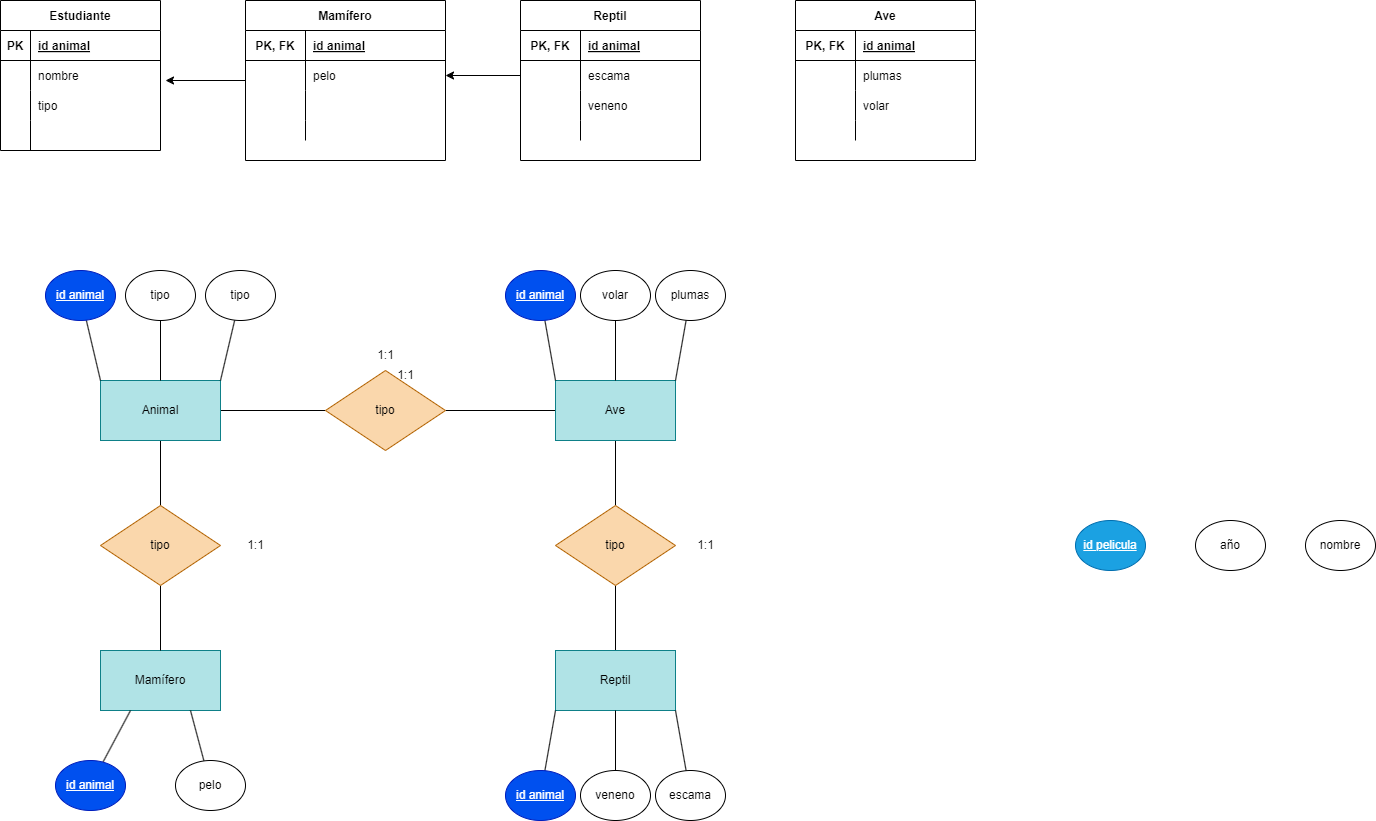
Before: Tareas/Unidad2/ejercicio2.18.drawio.png, a diagram exported from draw.io (WhiteCascade/BAE). Source tidied: cells renumbered, new cells last; positions are measured from the earlier drawing's top-left corner, leaving out a move shared by most shapes.
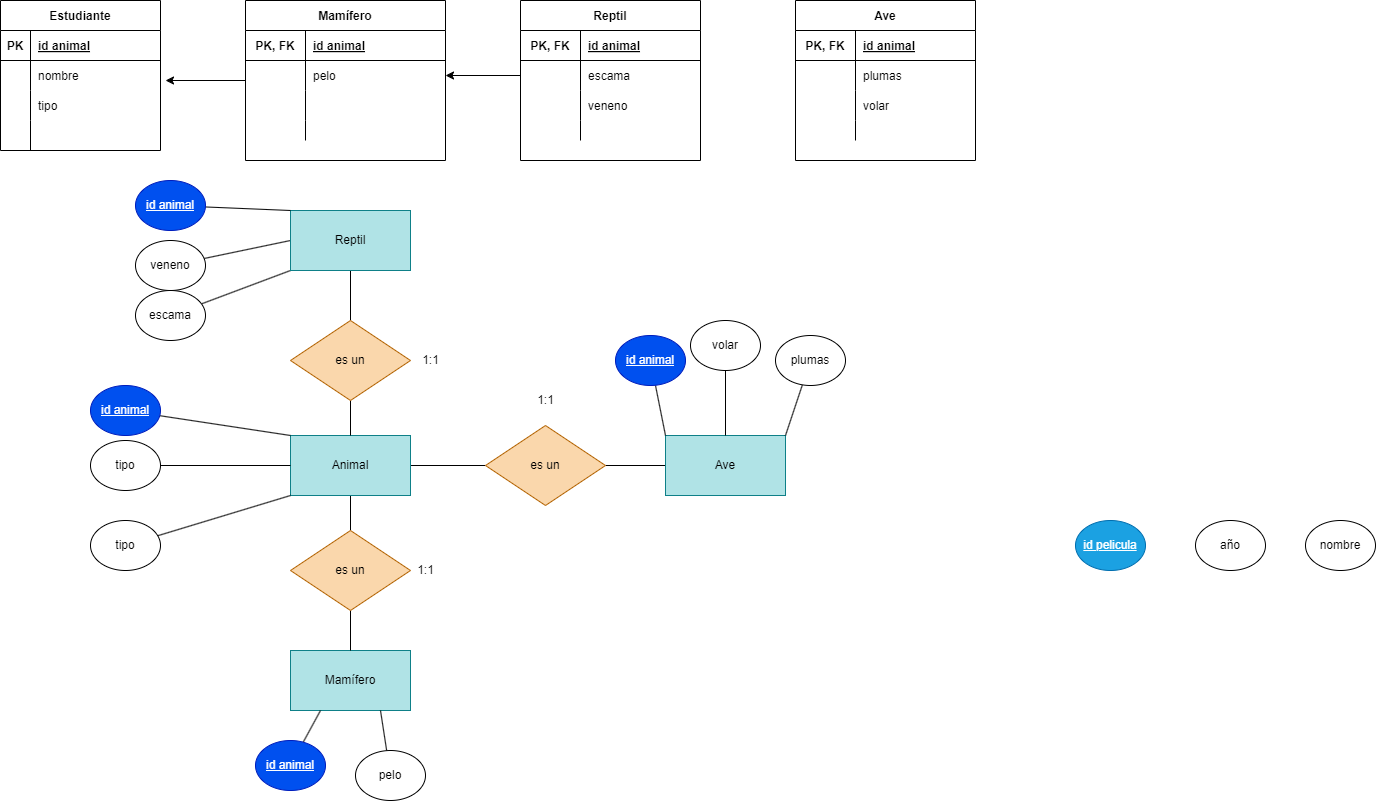
The same diagram one commit later.

The edit, as a diff of the source:
```diff
@@ -9,52 +9,49 @@
       <mxGeometry relative="1" as="geometry" />
     </mxCell>
     <mxCell id="4" value="Animal" style="rounded=0;whiteSpace=wrap;html=1;fillColor=#b0e3e6;strokeColor=#0e8088;" parent="1" vertex="1">
-      <mxGeometry x="100" y="380" width="120" height="60" as="geometry" />
+      <mxGeometry x="290" y="435" width="120" height="60" as="geometry" />
     </mxCell>
     <mxCell id="5" value="Mamífero" style="rounded=0;whiteSpace=wrap;html=1;fillColor=#b0e3e6;strokeColor=#0e8088;" parent="1" vertex="1">
-      <mxGeometry x="100" y="650" width="120" height="60" as="geometry" />
+      <mxGeometry x="290" y="650" width="120" height="60" as="geometry" />
     </mxCell>
     <mxCell id="6" style="edgeStyle=none;html=1;endArrow=none;endFill=0;" parent="1" edge="1" source="7" target="5">
       <mxGeometry relative="1" as="geometry" />
     </mxCell>
-    <mxCell id="7" value="tipo" style="rhombus;whiteSpace=wrap;html=1;fillColor=#fad7ac;strokeColor=#b46504;" parent="1" vertex="1">
-      <mxGeometry x="100" y="505" width="120" height="80" as="geometry" />
+    <mxCell id="7" value="es un" style="rhombus;whiteSpace=wrap;html=1;fillColor=#fad7ac;strokeColor=#b46504;" parent="1" vertex="1">
+      <mxGeometry x="290" y="530" width="120" height="80" as="geometry" />
     </mxCell>
     <mxCell id="8" style="edgeStyle=none;html=1;endArrow=none;endFill=0;" parent="1" edge="1" source="9" target="11">
       <mxGeometry relative="1" as="geometry" />
     </mxCell>
-    <mxCell id="9" value="tipo" style="rhombus;whiteSpace=wrap;html=1;fillColor=#fad7ac;strokeColor=#b46504;" parent="1" vertex="1">
-      <mxGeometry x="325" y="370" width="120" height="80" as="geometry" />
+    <mxCell id="9" value="es un" style="rhombus;whiteSpace=wrap;html=1;fillColor=#fad7ac;strokeColor=#b46504;" parent="1" vertex="1">
+      <mxGeometry x="485" y="425" width="120" height="80" as="geometry" />
     </mxCell>
-    <mxCell id="10" style="edgeStyle=none;html=1;entryX=0.5;entryY=0;entryDx=0;entryDy=0;endArrow=none;endFill=0;" parent="1" edge="1" source="11" target="27">
-      <mxGeometry relative="1" as="geometry" />
-    </mxCell>
     <mxCell id="11" value="Ave" style="rounded=0;whiteSpace=wrap;html=1;fillColor=#b0e3e6;strokeColor=#0e8088;" parent="1" vertex="1">
-      <mxGeometry x="555" y="380" width="120" height="60" as="geometry" />
+      <mxGeometry x="665" y="435" width="120" height="60" as="geometry" />
     </mxCell>
     <mxCell id="12" style="edgeStyle=none;html=1;entryX=0;entryY=0;entryDx=0;entryDy=0;endArrow=none;endFill=0;" parent="1" edge="1" source="13" target="4">
       <mxGeometry relative="1" as="geometry" />
     </mxCell>
     <mxCell id="13" value="&lt;u&gt;id animal&lt;/u&gt;" style="ellipse;whiteSpace=wrap;html=1;fillColor=#0050ef;fontColor=#ffffff;strokeColor=#001DBC;" parent="1" vertex="1">
-      <mxGeometry x="45" y="270" width="70" height="50" as="geometry" />
+      <mxGeometry x="90" y="385" width="70" height="50" as="geometry" />
     </mxCell>
-    <mxCell id="14" style="edgeStyle=none;html=1;entryX=1;entryY=0;entryDx=0;entryDy=0;endArrow=none;endFill=0;" parent="1" edge="1" source="15" target="4">
+    <mxCell id="14" style="edgeStyle=none;html=1;entryX=0;entryY=1;entryDx=0;entryDy=0;endArrow=none;endFill=0;" parent="1" edge="1" source="15" target="4">
       <mxGeometry relative="1" as="geometry" />
     </mxCell>
     <mxCell id="15" value="tipo" style="ellipse;whiteSpace=wrap;html=1;" parent="1" vertex="1">
-      <mxGeometry x="205" y="270" width="70" height="50" as="geometry" />
+      <mxGeometry x="90" y="520" width="70" height="50" as="geometry" />
     </mxCell>
     <mxCell id="16" style="edgeStyle=none;html=1;entryX=0.25;entryY=1;entryDx=0;entryDy=0;endArrow=none;endFill=0;" parent="1" edge="1" source="17" target="5">
       <mxGeometry relative="1" as="geometry" />
     </mxCell>
     <mxCell id="17" value="&lt;u&gt;id animal&lt;/u&gt;" style="ellipse;whiteSpace=wrap;html=1;fillColor=#0050ef;fontColor=#ffffff;strokeColor=#001DBC;" parent="1" vertex="1">
-      <mxGeometry x="55" y="760" width="70" height="50" as="geometry" />
+      <mxGeometry x="255" y="740" width="70" height="50" as="geometry" />
     </mxCell>
     <mxCell id="18" style="edgeStyle=none;html=1;entryX=0.75;entryY=1;entryDx=0;entryDy=0;endArrow=none;endFill=0;" parent="1" edge="1" source="19" target="5">
       <mxGeometry relative="1" as="geometry" />
     </mxCell>
     <mxCell id="19" value="pelo" style="ellipse;whiteSpace=wrap;html=1;" parent="1" vertex="1">
-      <mxGeometry x="175" y="760" width="70" height="50" as="geometry" />
+      <mxGeometry x="355" y="750" width="70" height="50" as="geometry" />
     </mxCell>
     <mxCell id="20" value="&lt;u&gt;id pelicula&lt;/u&gt;" style="ellipse;whiteSpace=wrap;html=1;fillColor=#1ba1e2;fontColor=#ffffff;strokeColor=#006EAF;" parent="1" vertex="1">
       <mxGeometry x="1075" y="520" width="70" height="50" as="geometry" />
@@ -65,69 +62,45 @@
     <mxCell id="22" value="año" style="ellipse;whiteSpace=wrap;html=1;" parent="1" vertex="1">
       <mxGeometry x="1195" y="520" width="70" height="50" as="geometry" />
     </mxCell>
-    <mxCell id="23" style="edgeStyle=none;html=1;entryX=0.5;entryY=0;entryDx=0;entryDy=0;endArrow=none;endFill=0;" parent="1" edge="1" source="24" target="4">
+    <mxCell id="23" style="edgeStyle=none;html=1;entryX=0;entryY=0.5;entryDx=0;entryDy=0;endArrow=none;endFill=0;" parent="1" edge="1" source="24" target="4">
       <mxGeometry relative="1" as="geometry" />
     </mxCell>
     <mxCell id="24" value="tipo" style="ellipse;whiteSpace=wrap;html=1;" parent="1" vertex="1">
-      <mxGeometry x="125" y="270" width="70" height="50" as="geometry" />
+      <mxGeometry x="90" y="440" width="70" height="50" as="geometry" />
     </mxCell>
-    <mxCell id="25" style="edgeStyle=none;html=1;entryX=0.5;entryY=1;entryDx=0;entryDy=0;endArrow=none;endFill=0;" parent="1" edge="1" source="26" target="27">
-      <mxGeometry relative="1" as="geometry" />
-    </mxCell>
-    <mxCell id="26" value="Reptil" style="rounded=0;whiteSpace=wrap;html=1;fillColor=#b0e3e6;strokeColor=#0e8088;" parent="1" vertex="1">
-      <mxGeometry x="555" y="650" width="120" height="60" as="geometry" />
-    </mxCell>
-    <mxCell id="27" value="tipo" style="rhombus;whiteSpace=wrap;html=1;fillColor=#fad7ac;strokeColor=#b46504;" parent="1" vertex="1">
-      <mxGeometry x="555" y="505" width="120" height="80" as="geometry" />
-    </mxCell>
     <mxCell id="28" style="edgeStyle=none;html=1;entryX=0;entryY=0;entryDx=0;entryDy=0;endArrow=none;endFill=0;" parent="1" edge="1" source="29" target="11">
       <mxGeometry relative="1" as="geometry" />
     </mxCell>
     <mxCell id="29" value="&lt;u&gt;id animal&lt;/u&gt;" style="ellipse;whiteSpace=wrap;html=1;fillColor=#0050ef;fontColor=#ffffff;strokeColor=#001DBC;" parent="1" vertex="1">
-      <mxGeometry x="505" y="270" width="70" height="50" as="geometry" />
+      <mxGeometry x="615" y="335" width="70" height="50" as="geometry" />
     </mxCell>
     <mxCell id="30" style="edgeStyle=none;html=1;endArrow=none;endFill=0;" parent="1" edge="1" source="31" target="11">
       <mxGeometry relative="1" as="geometry" />
     </mxCell>
     <mxCell id="31" value="volar" style="ellipse;whiteSpace=wrap;html=1;" parent="1" vertex="1">
-      <mxGeometry x="580" y="270" width="70" height="50" as="geometry" />
+      <mxGeometry x="690" y="320" width="70" height="50" as="geometry" />
     </mxCell>
     <mxCell id="32" style="edgeStyle=none;html=1;entryX=1;entryY=0;entryDx=0;entryDy=0;endArrow=none;endFill=0;" parent="1" edge="1" source="33" target="11">
       <mxGeometry relative="1" as="geometry" />
     </mxCell>
     <mxCell id="33" value="plumas" style="ellipse;whiteSpace=wrap;html=1;" parent="1" vertex="1">
-      <mxGeometry x="655" y="270" width="70" height="50" as="geometry" />
+      <mxGeometry x="775" y="335" width="70" height="50" as="geometry" />
     </mxCell>
-    <mxCell id="34" style="edgeStyle=none;html=1;entryX=0;entryY=1;entryDx=0;entryDy=0;endArrow=none;endFill=0;" parent="1" edge="1" source="35" target="26">
-      <mxGeometry relative="1" as="geometry" />
-    </mxCell>
-    <mxCell id="35" value="&lt;u&gt;id animal&lt;/u&gt;" style="ellipse;whiteSpace=wrap;html=1;fillColor=#0050ef;fontColor=#ffffff;strokeColor=#001DBC;" parent="1" vertex="1">
-      <mxGeometry x="505" y="770" width="70" height="50" as="geometry" />
-    </mxCell>
-    <mxCell id="36" style="edgeStyle=none;html=1;entryX=0.5;entryY=1;entryDx=0;entryDy=0;endArrow=none;endFill=0;" parent="1" edge="1" source="37" target="26">
+    <mxCell id="36" style="edgeStyle=none;html=1;entryX=0;entryY=0.5;entryDx=0;entryDy=0;endArrow=none;endFill=0;" parent="1" edge="1" source="37" target="26">
       <mxGeometry relative="1" as="geometry" />
     </mxCell>
     <mxCell id="37" value="veneno" style="ellipse;whiteSpace=wrap;html=1;" parent="1" vertex="1">
-      <mxGeometry x="580" y="770" width="70" height="50" as="geometry" />
+      <mxGeometry x="135" y="240" width="70" height="50" as="geometry" />
     </mxCell>
-    <mxCell id="38" style="edgeStyle=none;html=1;entryX=1;entryY=1;entryDx=0;entryDy=0;endArrow=none;endFill=0;" parent="1" edge="1" source="39" target="26">
+    <mxCell id="38" style="edgeStyle=none;html=1;entryX=0;entryY=1;entryDx=0;entryDy=0;endArrow=none;endFill=0;" parent="1" edge="1" source="39" target="26">
       <mxGeometry relative="1" as="geometry" />
     </mxCell>
     <mxCell id="39" value="escama" style="ellipse;whiteSpace=wrap;html=1;" parent="1" vertex="1">
-      <mxGeometry x="655" y="770" width="70" height="50" as="geometry" />
+      <mxGeometry x="135" y="290" width="70" height="50" as="geometry" />
     </mxCell>
-    <mxCell id="40" value="1:1" style="text;html=1;align=center;verticalAlign=middle;strokeColor=none;fillColor=none;" parent="1" vertex="1">
-      <mxGeometry x="365" y="340" width="40" height="30" as="geometry" />
-    </mxCell>
     <mxCell id="41" value="1:1" style="text;html=1;align=center;verticalAlign=middle;strokeColor=none;fillColor=none;" parent="1" vertex="1">
-      <mxGeometry x="235" y="530" width="40" height="30" as="geometry" />
+      <mxGeometry x="405" y="555" width="40" height="30" as="geometry" />
     </mxCell>
-    <mxCell id="42" value="1:1" style="text;html=1;align=center;verticalAlign=middle;strokeColor=none;fillColor=none;" parent="1" vertex="1">
-      <mxGeometry x="385" y="360" width="40" height="30" as="geometry" />
-    </mxCell>
-    <mxCell id="43" value="1:1" style="text;html=1;align=center;verticalAlign=middle;strokeColor=none;fillColor=none;" parent="1" vertex="1">
-      <mxGeometry x="685" y="530" width="40" height="30" as="geometry" />
-    </mxCell>
     <mxCell id="44" value="Estudiante" style="shape=table;startSize=30;rowLines=0;fontStyle=1;align=center;" parent="1" vertex="1">
       <mxGeometry width="160" height="150" as="geometry" />
     </mxCell>
@@ -295,5 +268,29 @@
     <mxCell id="98" style="edgeStyle=none;html=1;endArrow=classic;endFill=1;" parent="1" edge="1" source="62" target="76">
       <mxGeometry relative="1" as="geometry" />
     </mxCell>
+    <mxCell id="99" style="edgeStyle=none;html=1;endArrow=none;endFill=0;" parent="1" edge="1" source="101" target="26">
+      <mxGeometry relative="1" as="geometry" />
+    </mxCell>
+    <mxCell id="100" style="edgeStyle=none;html=1;endArrow=none;endFill=0;" parent="1" edge="1" source="101" target="4">
+      <mxGeometry relative="1" as="geometry" />
+    </mxCell>
+    <mxCell id="101" value="es un" style="rhombus;whiteSpace=wrap;html=1;fillColor=#fad7ac;strokeColor=#b46504;" parent="1" vertex="1">
+      <mxGeometry x="290" y="320" width="120" height="80" as="geometry" />
+    </mxCell>
+    <mxCell id="26" value="Reptil" style="rounded=0;whiteSpace=wrap;html=1;fillColor=#b0e3e6;strokeColor=#0e8088;" parent="1" vertex="1">
+      <mxGeometry x="290" y="210" width="120" height="60" as="geometry" />
+    </mxCell>
+    <mxCell id="34" style="edgeStyle=none;html=1;entryX=0;entryY=0;entryDx=0;entryDy=0;endArrow=none;endFill=0;" parent="1" edge="1" source="35" target="26">
+      <mxGeometry relative="1" as="geometry" />
+    </mxCell>
+    <mxCell id="35" value="&lt;u&gt;id animal&lt;/u&gt;" style="ellipse;whiteSpace=wrap;html=1;fillColor=#0050ef;fontColor=#ffffff;strokeColor=#001DBC;" parent="1" vertex="1">
+      <mxGeometry x="135" y="180" width="70" height="50" as="geometry" />
+    </mxCell>
+    <mxCell id="102" value="1:1" style="text;html=1;align=center;verticalAlign=middle;strokeColor=none;fillColor=none;" parent="1" vertex="1">
+      <mxGeometry x="410" y="345" width="40" height="30" as="geometry" />
+    </mxCell>
+    <mxCell id="103" value="1:1" style="text;html=1;align=center;verticalAlign=middle;strokeColor=none;fillColor=none;" parent="1" vertex="1">
+      <mxGeometry x="525" y="385" width="40" height="30" as="geometry" />
+    </mxCell>
   </root>
 </mxGraphModel>
```
